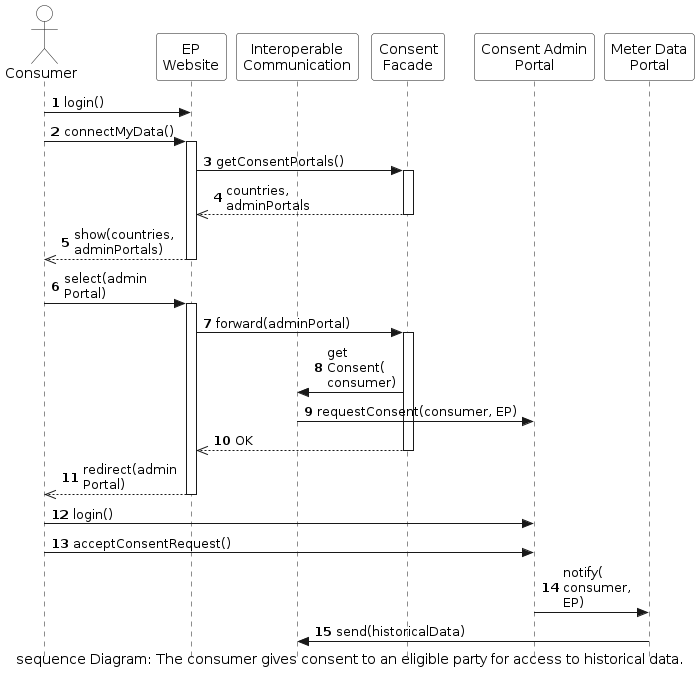
The PlantUML diagram arc42/06-runtime-view/figures/consent-for-historical-data-seq.png in eddie-energy/architecture, before a commit. The source it was exported from:
```plantuml
@startuml consent-for-historical-data-seq
caption sequence Diagram: The consumer gives consent to an eligible party for access to historical data.

skinparam style strictuml
skinparam sequence {
  ParticipantBackgroundColor transparent
  ActorBackgroundColor transparent
}

autonumber

actor "Consumer" as user
participant "EP\nWebsite" as website
participant "Consent\nFacade" as facade
participant "Interoperable\nCommunication" as comm
participant "Consent\nFacade" as facade
participant "Consent Admin\nPortal" as adminPortal
participant "Meter Data\nPortal" as dataPortal

user -> website : login()
user -> website : connectMyData()
activate website
  website -> facade : getConsentPortals()
    activate facade
    facade -->> website : countries,\nadminPortals
  deactivate facade
  website -->> user : show(countries,\nadminPortals)
deactivate website

user -> website : select(admin\nPortal)
activate website
  website -> facade : forward(adminPortal)
  activate facade
    facade -> comm : get\nConsent(\nconsumer)
    comm -> adminPortal : requestConsent(consumer, EP)
    facade -->> website : OK
  deactivate facade
  website -->> user : redirect(admin\nPortal)
deactivate website

user -> adminPortal : login()
user -> adminPortal : acceptConsentRequest()
adminPortal -> dataPortal : notify(\nconsumer,\nEP)
dataPortal -> comm : send(historicalData)

@enduml
```
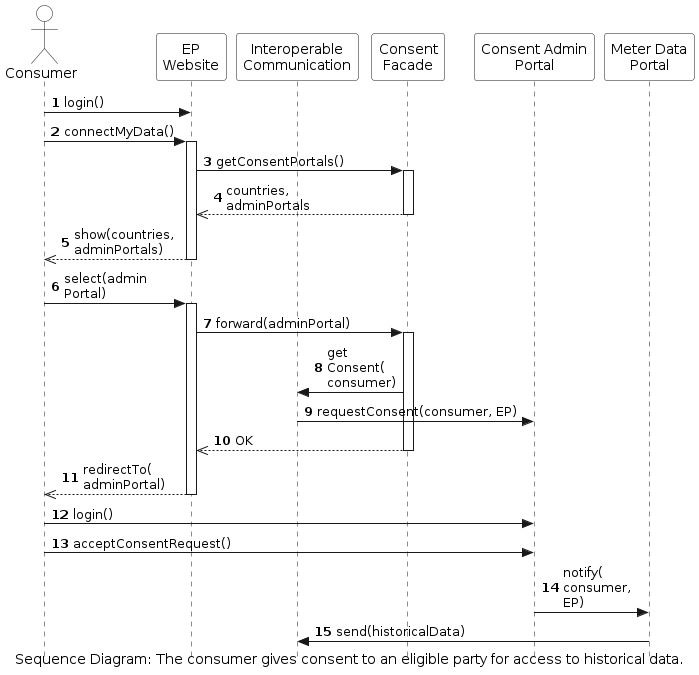
Later version of the same file.

The edit, as a diff of the source:
```diff
@@ -1,5 +1,5 @@
 @startuml consent-for-historical-data-seq
-caption sequence Diagram: The consumer gives consent to an eligible party for access to historical data.
+caption Sequence Diagram: The consumer gives consent to an eligible party for access to historical data.
 
 skinparam style strictuml
 skinparam sequence {
@@ -35,7 +35,7 @@
     comm -> adminPortal : requestConsent(consumer, EP)
     facade -->> website : OK
   deactivate facade
-  website -->> user : redirect(admin\nPortal)
+  website -->> user : redirectTo(\nadminPortal)
 deactivate website
 
 user -> adminPortal : login()
```
